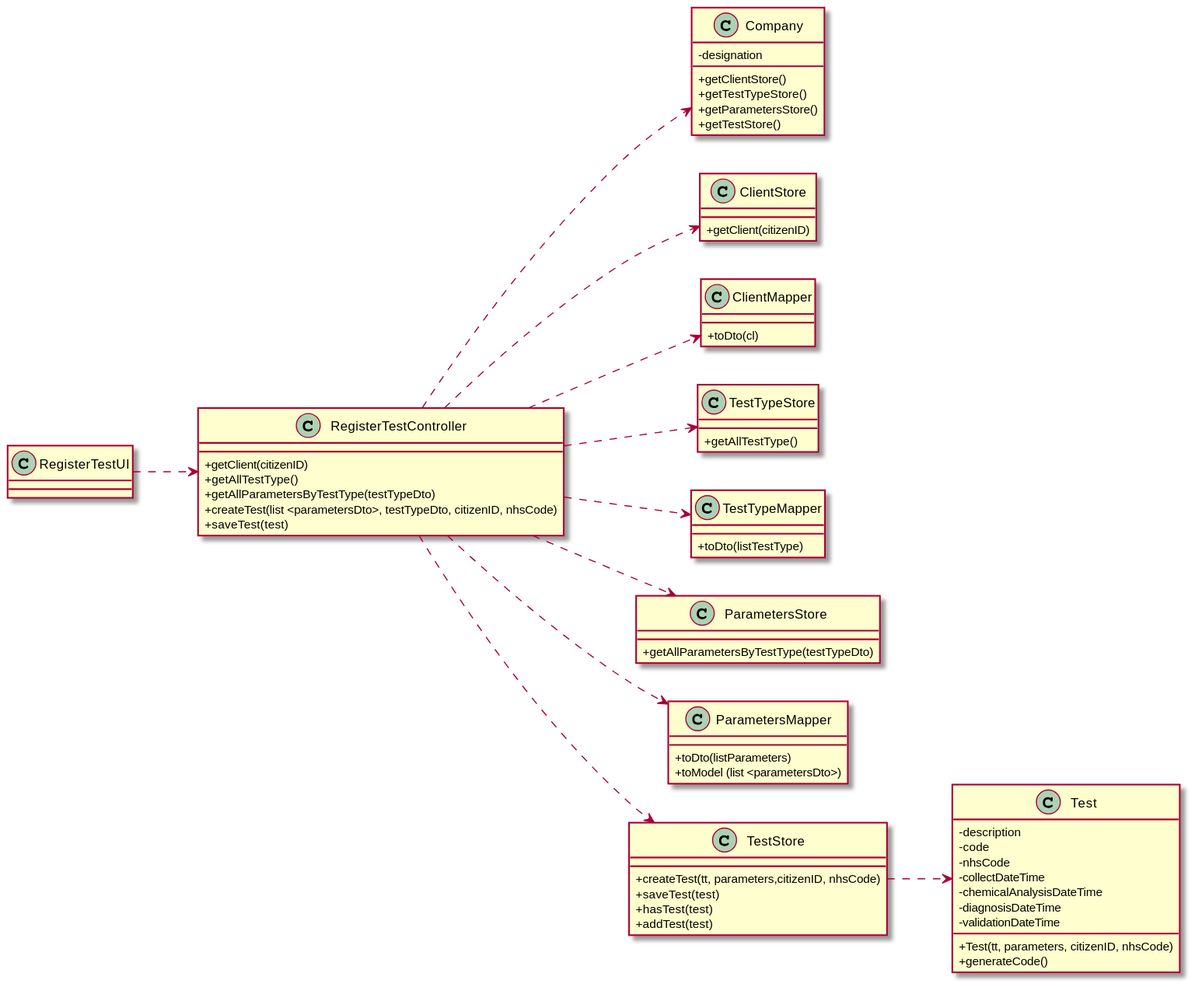
Before: docs/SprintC/US04/US04-CD.svg, a diagram exported from PlantUML (0franciscor/lei-21-s2-1de-g19).
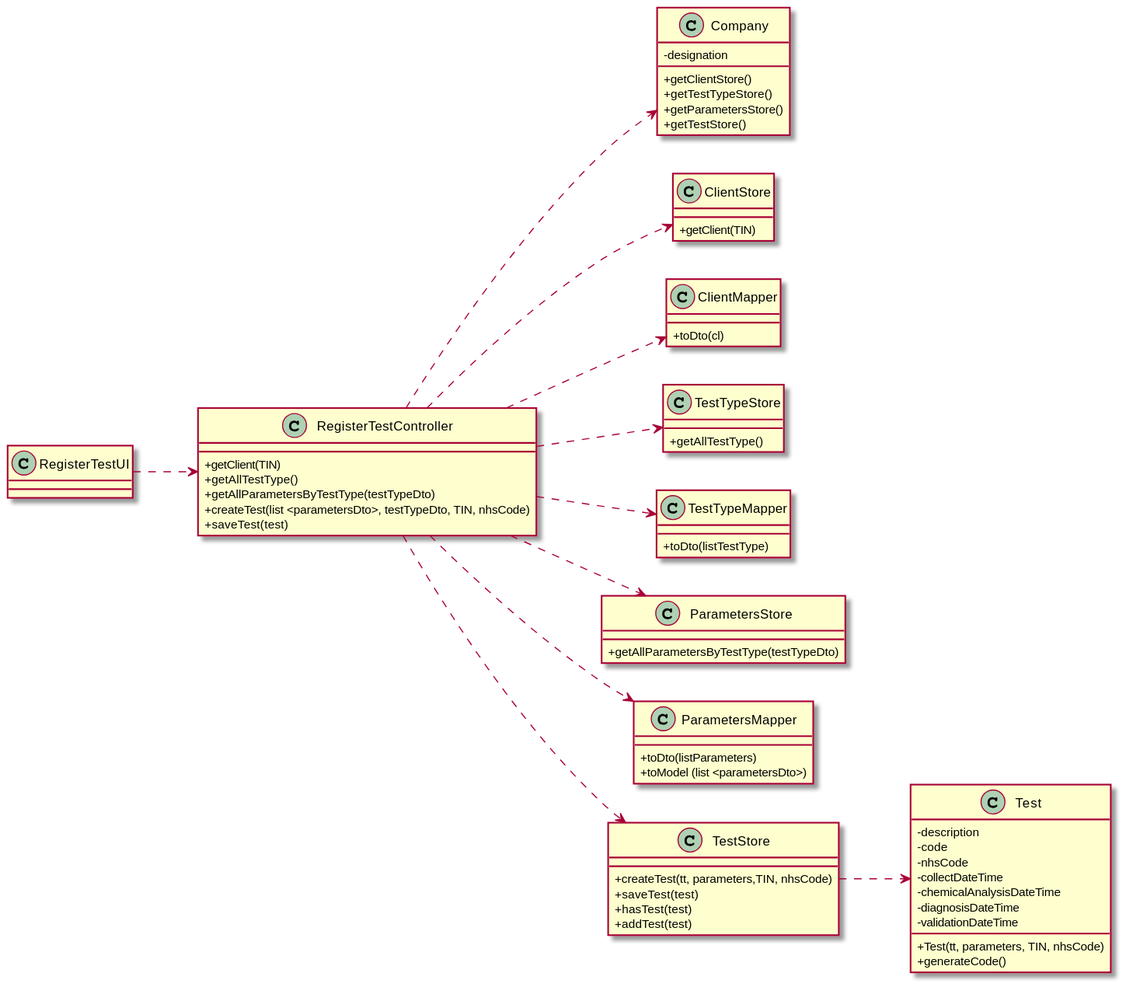
After the change.

Change to the diagram source:
```diff
@@ -6,10 +6,10 @@
 class "RegisterTestUI" as RTUI
 
 class "RegisterTestController" as RTC {
-+getClient(citizenID)
++getClient(TIN)
 +getAllTestType()
 +getAllParametersByTestType(testTypeDto)
-+createTest(list <parametersDto>, testTypeDto, citizenID, nhsCode)
++createTest(list <parametersDto>, testTypeDto, TIN, nhsCode)
 +saveTest(test)
 }
 
@@ -22,7 +22,7 @@
 }
 
 class "ClientStore" as CS {
-+getClient(citizenID)
++getClient(TIN)
 }
 
 class "ClientMapper" as CM {
@@ -47,7 +47,7 @@
 }
 
 class "TestStore" as TS {
-+createTest(tt, parameters,citizenID, nhsCode)
++createTest(tt, parameters,TIN, nhsCode)
 +saveTest(test)
 +hasTest(test)
 +addTest(test)
@@ -61,7 +61,7 @@
 -chemicalAnalysisDateTime
 -diagnosisDateTime
 -validationDateTime
-+Test(tt, parameters, citizenID, nhsCode)
++Test(tt, parameters, TIN, nhsCode)
 +generateCode()
 }
 
```
